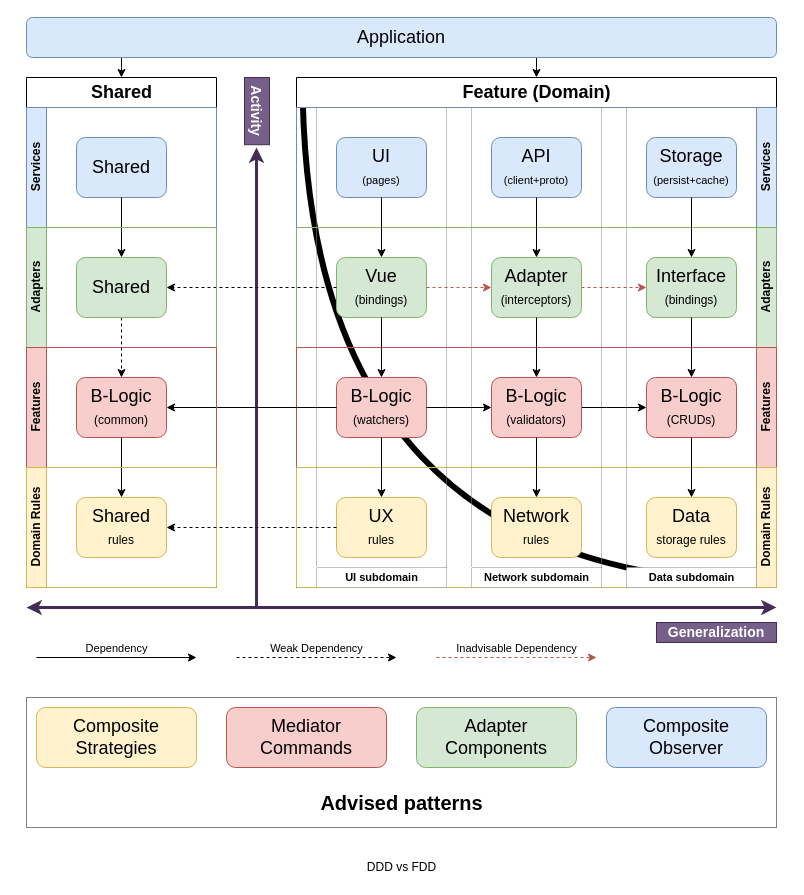
Above: page "Layers" (2 of 3) of ELDA.drawio in E-L-D-A/ELDA (draw.io), before the change. Source tidied: cells renumbered, new cells numbered last; positions are measured from the earlier drawing's top-left corner, leaving out a move shared by most shapes. Both pictures are drawn from the tidied source at 100%, with x=0, y=0 at pixel (26, 17).
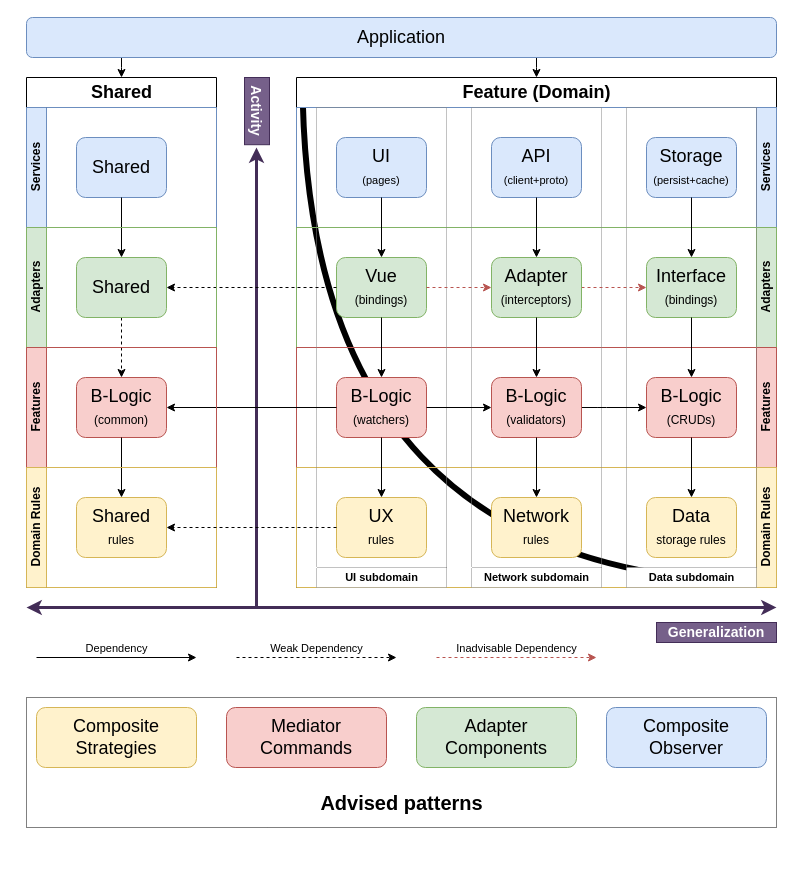
After the change.

Change to the diagram source:
```diff
@@
-    <mxCell id="80" value="DDD vs FDD" style="text;html=1;align=center;verticalAlign=middle;" parent="1" vertex="1">
-      <mxGeometry x="335" y="840" width="80" height="20" as="geometry" />
-    </mxCell>
```
